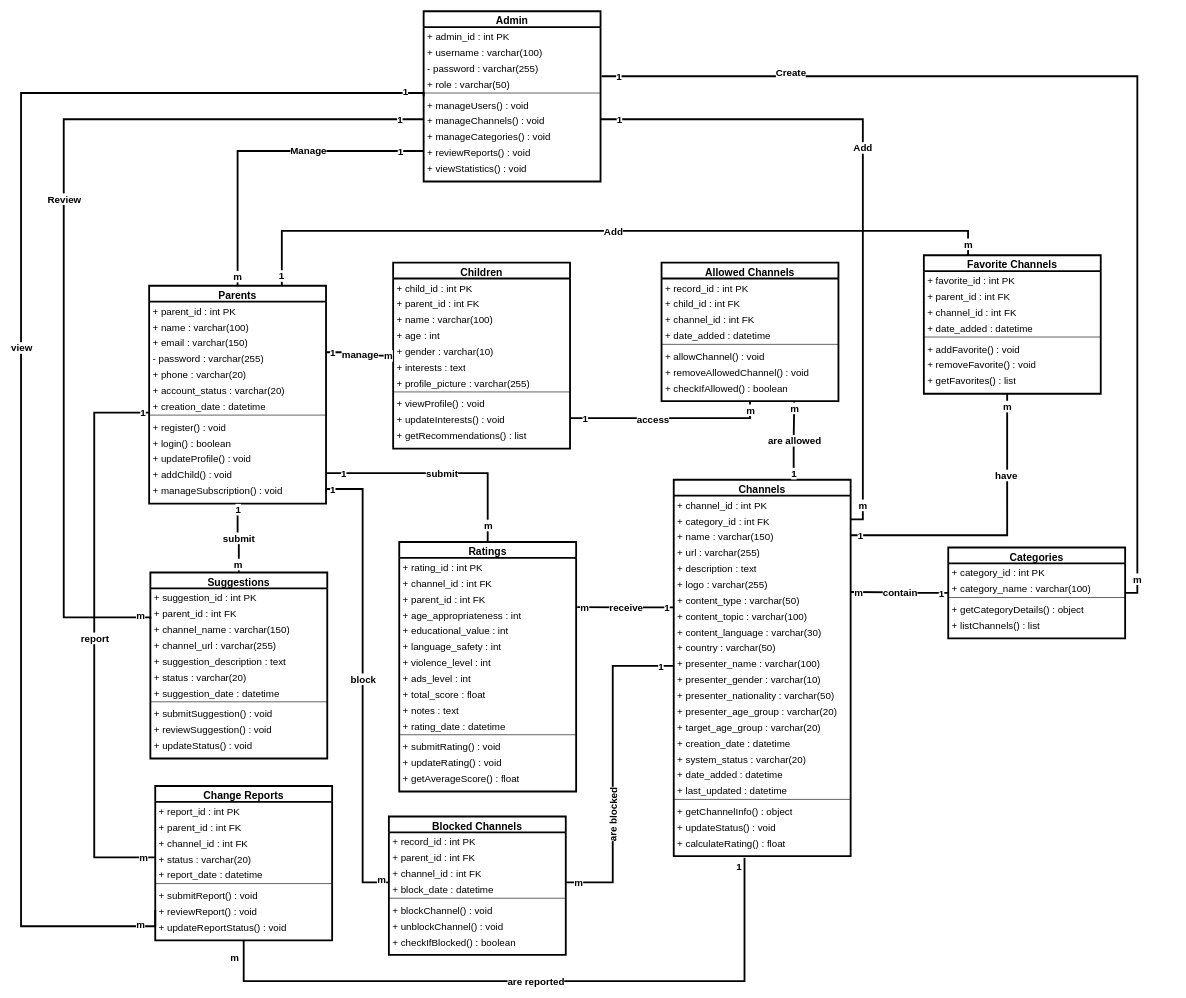
Above: page "Class Diagram" (6 of 7) of رقيب.drawio in MahmoudHamdy19/diagrams- (draw.io), before the change. Source tidied: cells renumbered, new cells numbered last; positions are measured from the earlier drawing's top-left corner, leaving out a move shared by most shapes. Both pictures are drawn from the tidied source at 61%, with x=0, y=0 at pixel (21, 11).
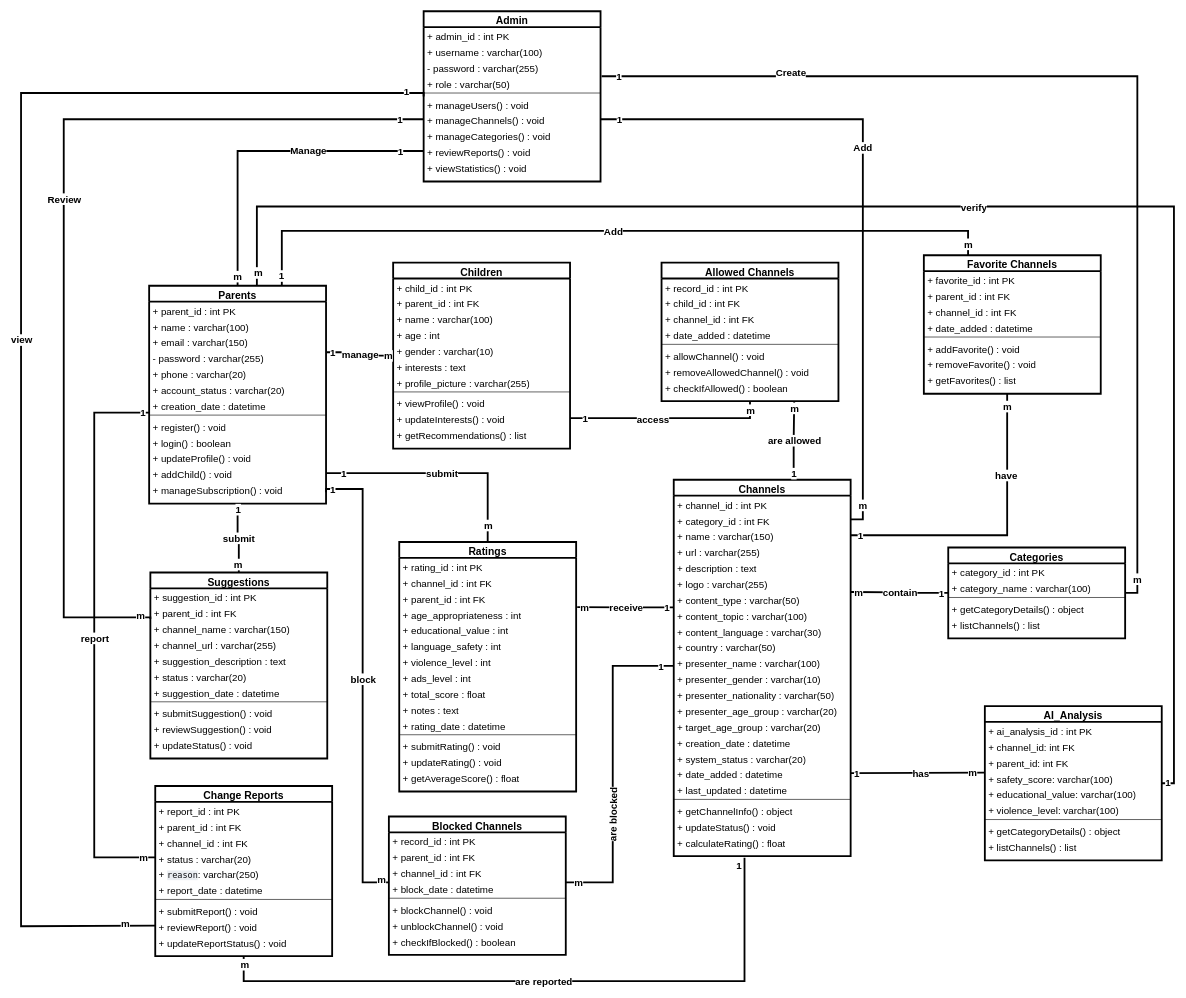
After the change.

Unchanged cells that the change refers to:
```xml
<mxCell id="2" value="Parents" style="swimlane;fontStyle=1;align=center;verticalAlign=top;horizontal=1;startSize=26;whiteSpace=wrap;html=1;strokeWidth=3;fontSize=17;labelBackgroundColor=none;" parent="1" vertex="1">
  <mxGeometry x="210" y="450" width="290" height="357" as="geometry" />
</mxCell>
<mxCell id="52" value="+ date_added : datetime" style="text;strokeColor=none;fillColor=none;align=left;verticalAlign=top;spacingLeft=4;spacingRight=4;overflow=hidden;points=[[0,0.5],[1,0.5]];portConstraint=eastwest;whiteSpace=wrap;html=1;fontSize=16;strokeWidth=3;fontStyle=0;labelBackgroundColor=default;" parent="34" vertex="1">
  <mxGeometry y="468" width="290" height="26" as="geometry" />
</mxCell>
<mxCell id="154" style="edgeStyle=orthogonalEdgeStyle;rounded=0;jettySize=auto;html=1;endArrow=none;endFill=0;strokeWidth=3;exitX=0.4;exitY=1.077;exitDx=0;exitDy=0;exitPerimeter=0;fontStyle=0;labelBackgroundColor=default;fontColor=default;" parent="1" edge="1" source="57" target="104">
  <mxGeometry relative="1" as="geometry">
    <Array as="points">
      <mxPoint x="1186" y="1590" />
      <mxPoint x="365" y="1590" />
    </Array>
  </mxGeometry>
</mxCell>
```

The edit, as a diff of the source:
```diff
@@
     <mxCell id="104" value="Change Reports" style="swimlane;fontStyle=1;align=center;verticalAlign=top;horizontal=1;startSize=26;whiteSpace=wrap;html=1;strokeWidth=3;fontSize=17;labelBackgroundColor=none;" parent="1" vertex="1">
-      <mxGeometry x="220" y="1270" width="290" height="253" as="geometry" />
+      <mxGeometry x="220" y="1270" width="290" height="279" as="geometry" />
     </mxCell>
@@
+    <mxCell id="206" value="+&amp;nbsp;&lt;span style=&quot;color: rgb(15, 17, 21); font-family: Menlo, Monaco, Consolas, &amp;quot;Cascadia Mono&amp;quot;, &amp;quot;Ubuntu Mono&amp;quot;, &amp;quot;DejaVu Sans Mono&amp;quot;, &amp;quot;Liberation Mono&amp;quot;, &amp;quot;JetBrains Mono&amp;quot;, &amp;quot;Fira Code&amp;quot;, Cousine, &amp;quot;Roboto Mono&amp;quot;, &amp;quot;Courier New&amp;quot;, Courier, sans-serif, system-ui; font-size: 14px; background-color: rgb(235, 238, 242);&quot;&gt;reason&lt;/span&gt;: varchar(250)" style="text;strokeColor=none;fillColor=none;align=left;verticalAlign=top;spacingLeft=4;spacingRight=4;overflow=hidden;whiteSpace=wrap;html=1;fontSize=16;strokeWidth=3;fontStyle=0;labelBackgroundColor=default;" parent="104" vertex="1">
+      <mxGeometry y="130" width="290" height="26" as="geometry" />
+    </mxCell>
     <mxCell id="109" value="+ report_date : datetime" style="text;strokeColor=none;fillColor=none;align=left;verticalAlign=top;spacingLeft=4;spacingRight=4;overflow=hidden;whiteSpace=wrap;html=1;fontSize=16;strokeWidth=3;fontStyle=0;labelBackgroundColor=default;" parent="104" vertex="1">
-      <mxGeometry y="130" width="290" height="26" as="geometry" />
+      <mxGeometry y="156" width="290" height="26" as="geometry" />
     </mxCell>
     <mxCell id="110" style="line;strokeWidth=1;fillColor=none;align=left;verticalAlign=middle;spacingTop=-1;spacingLeft=3;spacingRight=3;labelPosition=right;html=1;fontStyle=0;labelBackgroundColor=default;" parent="104" vertex="1">
-      <mxGeometry y="156" width="290" height="8" as="geometry" />
+      <mxGeometry y="182" width="290" height="8" as="geometry" />
     </mxCell>
     <mxCell id="111" value="+ submitReport() : void" style="text;strokeColor=none;fillColor=none;align=left;verticalAlign=top;spacingLeft=4;spacingRight=4;overflow=hidden;whiteSpace=wrap;html=1;fontSize=16;fontStyle=0;strokeWidth=3;labelBackgroundColor=default;" parent="104" vertex="1">
-      <mxGeometry y="164" width="290" height="26" as="geometry" />
+      <mxGeometry y="190" width="290" height="26" as="geometry" />
     </mxCell>
     <mxCell id="112" value="+ reviewReport() : void" style="text;strokeColor=none;fillColor=none;align=left;verticalAlign=top;spacingLeft=4;spacingRight=4;overflow=hidden;points=[[0,0.5],[1,0.5]];portConstraint=eastwest;whiteSpace=wrap;html=1;fontSize=16;fontStyle=0;strokeWidth=3;labelBackgroundColor=default;" parent="104" vertex="1">
-      <mxGeometry y="190" width="290" height="26" as="geometry" />
+      <mxGeometry y="216" width="290" height="26" as="geometry" />
     </mxCell>
     <mxCell id="113" value="+ updateReportStatus() : void" style="text;strokeColor=none;fillColor=none;align=left;verticalAlign=top;spacingLeft=4;spacingRight=4;overflow=hidden;whiteSpace=wrap;html=1;fontSize=16;fontStyle=0;strokeWidth=3;labelBackgroundColor=default;" parent="104" vertex="1">
-      <mxGeometry y="216" width="290" height="37" as="geometry" />
+      <mxGeometry y="242" width="290" height="37" as="geometry" />
     </mxCell>
@@
     <mxCell id="156" value="m" style="edgeLabel;html=1;align=center;verticalAlign=middle;fontStyle=1;fontSize=16;labelBackgroundColor=default;" parent="154" vertex="1">
       <mxGeometry x="0.85" relative="1" as="geometry">
-        <mxPoint x="-31" y="-40" as="offset" />
+        <mxPoint x="-38" y="-28" as="offset" />
       </mxGeometry>
     </mxCell>
@@
+    <mxCell id="207" value="AI_Analysis" style="swimlane;fontStyle=1;align=center;verticalAlign=top;horizontal=1;startSize=26;whiteSpace=wrap;html=1;strokeWidth=3;fontSize=17;labelBackgroundColor=none;" parent="1" vertex="1">
+      <mxGeometry x="1580" y="1139" width="290" height="253" as="geometry" />
+    </mxCell>
+    <mxCell id="208" value="+ ai_analysis_id : int PK" style="text;strokeColor=none;fillColor=none;align=left;verticalAlign=top;spacingLeft=4;spacingRight=4;overflow=hidden;whiteSpace=wrap;html=1;fontSize=16;strokeWidth=3;fontStyle=0;labelBackgroundColor=default;" parent="207" vertex="1">
+      <mxGeometry y="26" width="290" height="26" as="geometry" />
+    </mxCell>
+    <mxCell id="209" value="+ channel_id: int FK" style="text;strokeColor=none;fillColor=none;align=left;verticalAlign=top;spacingLeft=4;spacingRight=4;overflow=hidden;whiteSpace=wrap;html=1;fontSize=16;strokeWidth=3;fontStyle=0;labelBackgroundColor=default;" parent="207" vertex="1">
+      <mxGeometry y="52" width="290" height="26" as="geometry" />
+    </mxCell>
+    <mxCell id="210" value="+ parent_id: int FK" style="text;strokeColor=none;fillColor=none;align=left;verticalAlign=top;spacingLeft=4;spacingRight=4;overflow=hidden;whiteSpace=wrap;html=1;fontSize=16;strokeWidth=3;fontStyle=0;labelBackgroundColor=default;" parent="207" vertex="1">
+      <mxGeometry y="78" width="290" height="26" as="geometry" />
+    </mxCell>
+    <mxCell id="211" value="+ safety_score: varchar(100)" style="text;strokeColor=none;fillColor=none;align=left;verticalAlign=top;spacingLeft=4;spacingRight=4;overflow=hidden;points=[[0,0.5],[1,0.5]];portConstraint=eastwest;whiteSpace=wrap;html=1;fontSize=16;strokeWidth=3;fontStyle=0;labelBackgroundColor=default;" parent="207" vertex="1">
+      <mxGeometry y="104" width="290" height="26" as="geometry" />
+    </mxCell>
+    <mxCell id="212" value="+ educational_value: varchar(100)" style="text;strokeColor=none;fillColor=none;align=left;verticalAlign=top;spacingLeft=4;spacingRight=4;overflow=hidden;whiteSpace=wrap;html=1;fontSize=16;strokeWidth=3;fontStyle=0;labelBackgroundColor=default;" parent="207" vertex="1">
+      <mxGeometry y="130" width="290" height="26" as="geometry" />
+    </mxCell>
+    <mxCell id="213" value="+ violence_level: varchar(100)" style="text;strokeColor=none;fillColor=none;align=left;verticalAlign=top;spacingLeft=4;spacingRight=4;overflow=hidden;whiteSpace=wrap;html=1;fontSize=16;strokeWidth=3;fontStyle=0;labelBackgroundColor=default;" parent="207" vertex="1">
+      <mxGeometry y="156" width="290" height="26" as="geometry" />
+    </mxCell>
+    <mxCell id="214" style="line;strokeWidth=1;fillColor=none;align=left;verticalAlign=middle;spacingTop=-1;spacingLeft=3;spacingRight=3;labelPosition=right;html=1;fontStyle=0;labelBackgroundColor=default;" parent="207" vertex="1">
+      <mxGeometry y="182" width="290" height="8" as="geometry" />
+    </mxCell>
+    <mxCell id="215" value="+ getCategoryDetails() : object" style="text;strokeColor=none;fillColor=none;align=left;verticalAlign=top;spacingLeft=4;spacingRight=4;overflow=hidden;whiteSpace=wrap;html=1;fontSize=16;fontStyle=0;strokeWidth=3;labelBackgroundColor=default;" parent="207" vertex="1">
+      <mxGeometry y="190" width="290" height="26" as="geometry" />
+    </mxCell>
+    <mxCell id="216" value="+ listChannels() : list" style="text;strokeColor=none;fillColor=none;align=left;verticalAlign=top;spacingLeft=4;spacingRight=4;overflow=hidden;whiteSpace=wrap;html=1;fontSize=16;fontStyle=0;strokeWidth=3;labelBackgroundColor=default;" parent="207" vertex="1">
+      <mxGeometry y="216" width="290" height="37" as="geometry" />
+    </mxCell>
+    <mxCell id="217" style="rounded=0;jettySize=auto;html=1;endArrow=none;endFill=0;strokeWidth=3;fontStyle=0;labelBackgroundColor=default;fontColor=default;exitX=1;exitY=0.5;exitDx=0;exitDy=0;entryX=-0.004;entryY=0.2;entryDx=0;entryDy=0;entryPerimeter=0;" parent="1" edge="1" source="52" target="211">
+      <mxGeometry relative="1" as="geometry" />
+    </mxCell>
+    <mxCell id="218" value="1" style="edgeLabel;html=1;align=center;verticalAlign=middle;fontStyle=1;fontSize=16;labelBackgroundColor=default;" parent="217" vertex="1">
+      <mxGeometry x="-0.85" relative="1" as="geometry">
+        <mxPoint x="-6" y="1" as="offset" />
+      </mxGeometry>
+    </mxCell>
+    <mxCell id="219" value="m" style="edgeLabel;html=1;align=center;verticalAlign=middle;fontStyle=1;fontSize=16;labelBackgroundColor=default;" parent="217" vertex="1">
+      <mxGeometry x="0.85" relative="1" as="geometry">
+        <mxPoint x="-2" y="-1" as="offset" />
+      </mxGeometry>
+    </mxCell>
+    <mxCell id="220" value="has" style="edgeLabel;html=1;align=center;verticalAlign=middle;fontStyle=1;fontSize=16;rotation=0;labelBackgroundColor=default;" parent="217" vertex="1">
+      <mxGeometry relative="1" as="geometry">
+        <mxPoint x="6" y="1" as="offset" />
+      </mxGeometry>
+    </mxCell>
+    <mxCell id="221" style="rounded=0;jettySize=auto;html=1;endArrow=none;endFill=0;strokeWidth=3;fontStyle=0;labelBackgroundColor=default;fontColor=default;exitX=1;exitY=0.5;exitDx=0;exitDy=0;entryX=0.609;entryY=0.001;entryDx=0;entryDy=0;entryPerimeter=0;edgeStyle=orthogonalEdgeStyle;" parent="1" edge="1" source="207" target="2">
+      <mxGeometry relative="1" as="geometry">
+        <Array as="points">
+          <mxPoint x="1890" y="1265.5" />
+          <mxPoint x="1890" y="320" />
+          <mxPoint x="386.7" y="320" />
+        </Array>
+      </mxGeometry>
+    </mxCell>
+    <mxCell id="222" value="1" style="edgeLabel;html=1;align=center;verticalAlign=middle;fontStyle=1;fontSize=16;labelBackgroundColor=default;" parent="221" vertex="1">
+      <mxGeometry x="-0.85" relative="1" as="geometry">
+        <mxPoint x="-11" y="173" as="offset" />
+      </mxGeometry>
+    </mxCell>
+    <mxCell id="223" value="m" style="edgeLabel;html=1;align=center;verticalAlign=middle;fontStyle=1;fontSize=16;labelBackgroundColor=default;" parent="221" vertex="1">
+      <mxGeometry x="0.85" relative="1" as="geometry">
+        <mxPoint x="-63" y="108" as="offset" />
+      </mxGeometry>
+    </mxCell>
+    <mxCell id="224" value="verify" style="edgeLabel;html=1;align=center;verticalAlign=middle;fontStyle=1;fontSize=16;rotation=0;labelBackgroundColor=default;" parent="221" vertex="1">
+      <mxGeometry relative="1" as="geometry">
+        <mxPoint x="6" y="1" as="offset" />
+      </mxGeometry>
+    </mxCell>
```
